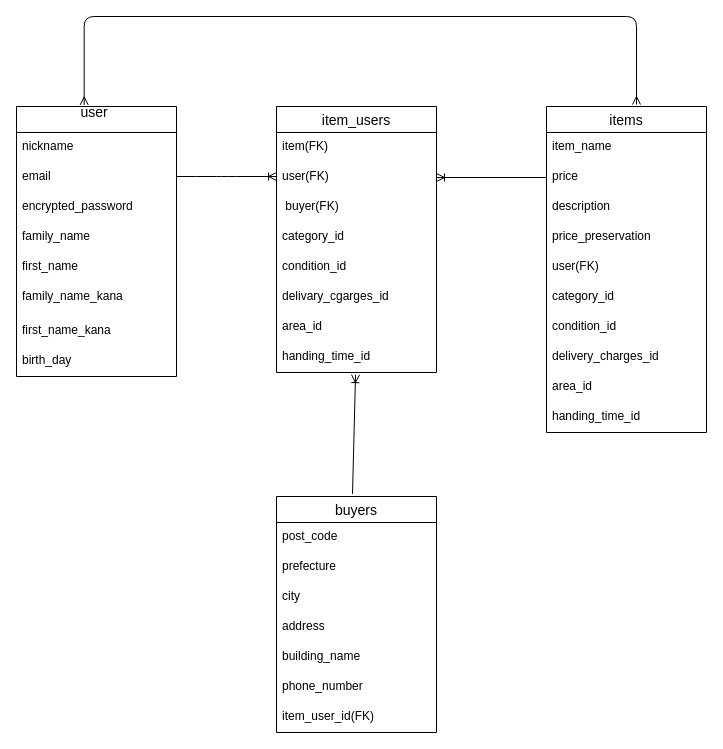
deco-01/furima-39447 keeps this draw.io diagram as table.dio. Above is the earlier version. Source tidied: cells renumbered, new cells numbered last; positions are measured from the earlier drawing's top-left corner, leaving out a move shared by most shapes. Both pictures are drawn from the tidied source at 100%, with x=0, y=0 at pixel (16, 16).
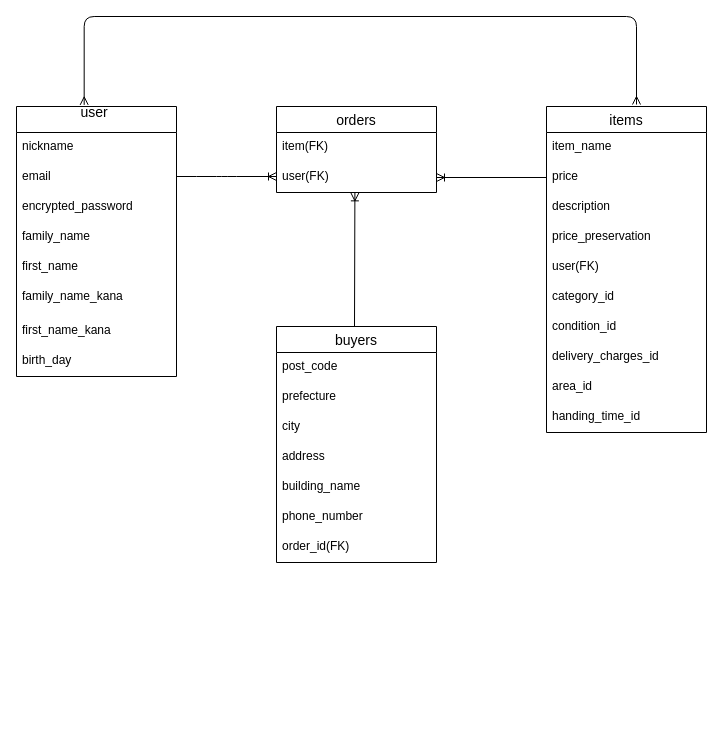
After the change.

Commit message (it also covers changes not shown here):
データベース設計の再々編集

The change refers to these unchanged cells:
```xml
<mxCell id="13" value="user(FK)" style="text;strokeColor=none;fillColor=none;spacingLeft=4;spacingRight=4;overflow=hidden;points=[[0,0.5],[1,0.5]];portConstraint=eastwest;fontSize=12;" parent="11" vertex="1">
  <mxGeometry y="56" width="160" height="30" as="geometry" />
</mxCell>
```

Change to the diagram source:
```diff
@@
-    <mxCell id="11" value="item_users" style="swimlane;fontStyle=0;horizontal=1;startSize=26;align=center;fontSize=14;" parent="1" vertex="1">
-      <mxGeometry x="260" y="90" width="160" height="266" as="geometry" />
+    <mxCell id="11" value="orders" style="swimlane;fontStyle=0;horizontal=1;startSize=26;align=center;fontSize=14;" parent="1" vertex="1">
+      <mxGeometry x="260" y="90" width="160" height="86" as="geometry" />
     </mxCell>
@@
-    <mxCell id="14" value=" buyer(FK)" style="text;strokeColor=none;fillColor=none;spacingLeft=4;spacingRight=4;overflow=hidden;fontSize=12;" parent="11" vertex="1">
-      <mxGeometry y="86" width="160" height="30" as="geometry" />
-    </mxCell>
-    <mxCell id="15" value="category_id" style="text;strokeColor=none;fillColor=none;spacingLeft=4;spacingRight=4;overflow=hidden;fontSize=12;" parent="11" vertex="1">
-      <mxGeometry y="116" width="160" height="30" as="geometry" />
-    </mxCell>
-    <mxCell id="16" value="condition_id" style="text;strokeColor=none;fillColor=none;spacingLeft=4;spacingRight=4;overflow=hidden;fontSize=12;" parent="11" vertex="1">
-      <mxGeometry y="146" width="160" height="30" as="geometry" />
-    </mxCell>
-    <mxCell id="17" value="delivary_cgarges_id" style="text;strokeColor=none;fillColor=none;spacingLeft=4;spacingRight=4;overflow=hidden;fontSize=12;" parent="11" vertex="1">
-      <mxGeometry y="176" width="160" height="30" as="geometry" />
-    </mxCell>
-    <mxCell id="18" value="area_id" style="text;strokeColor=none;fillColor=none;spacingLeft=4;spacingRight=4;overflow=hidden;fontSize=12;" parent="11" vertex="1">
-      <mxGeometry y="206" width="160" height="30" as="geometry" />
-    </mxCell>
-    <mxCell id="19" value="handing_time_id" style="text;strokeColor=none;fillColor=none;spacingLeft=4;spacingRight=4;overflow=hidden;points=[[0,0.5],[1,0.5]];portConstraint=eastwest;fontSize=12;" parent="11" vertex="1">
-      <mxGeometry y="236" width="160" height="30" as="geometry" />
-    </mxCell>
@@
     <mxCell id="31" value="buyers" style="swimlane;fontStyle=0;horizontal=1;startSize=26;align=center;fontSize=14;" parent="1" vertex="1">
-      <mxGeometry x="260" y="480" width="160" height="236" as="geometry" />
+      <mxGeometry x="260" y="310" width="160" height="236" as="geometry" />
     </mxCell>
@@
-    <mxCell id="38" value="item_user_id(FK)" style="text;strokeColor=none;fillColor=none;spacingLeft=4;spacingRight=4;overflow=hidden;fontSize=12;" parent="31" vertex="1">
+    <mxCell id="38" value="order_id(FK)" style="text;strokeColor=none;fillColor=none;spacingLeft=4;spacingRight=4;overflow=hidden;fontSize=12;" parent="31" vertex="1">
       <mxGeometry y="206" width="160" height="30" as="geometry" />
     </mxCell>
@@
-    <mxCell id="42" style="fontSize=12;html=1;endArrow=ERoneToMany;entryX=0.494;entryY=1.071;entryDx=0;entryDy=0;entryPerimeter=0;exitX=0.475;exitY=-0.011;exitDx=0;exitDy=0;exitPerimeter=0;" parent="1" edge="1" source="31" target="19">
-      <mxGeometry relative="1" as="geometry" />
+    <mxCell id="42" style="fontSize=12;html=1;endArrow=ERoneToMany;entryX=0.49;entryY=1.012;entryDx=0;entryDy=0;entryPerimeter=0;" parent="1" edge="1" target="13">
+      <mxGeometry relative="1" as="geometry">
+        <mxPoint x="338" y="310" as="sourcePoint" />
+      </mxGeometry>
     </mxCell>
```
